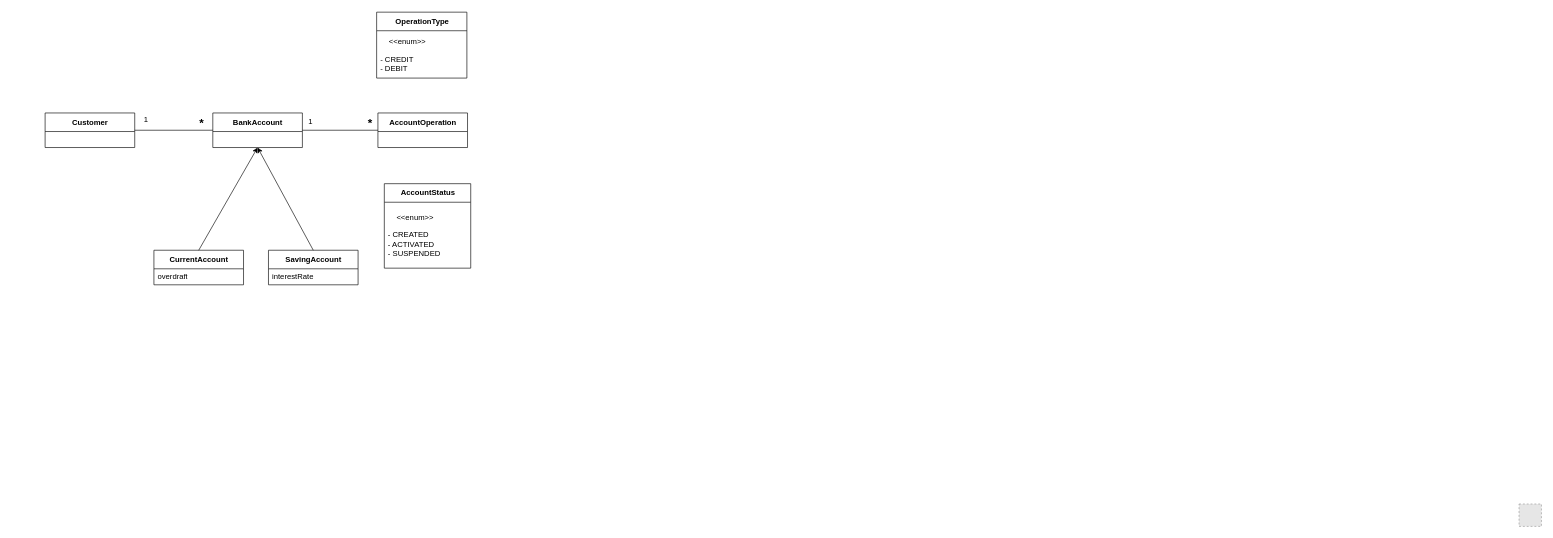
Before: page "Main" (1 of 9) of diagrams.drawio in marcellintabou/ekanking, a draw.io diagram. Source tidied: cells renumbered, new cells numbered last; positions are measured from the earlier drawing's top-left corner, leaving out a move shared by most shapes. Both pictures are drawn from the tidied source at 64%, with x=0, y=0 at pixel (45, 12). Pictures stored in the file or linked from it are replaced by grey dashed boxes.
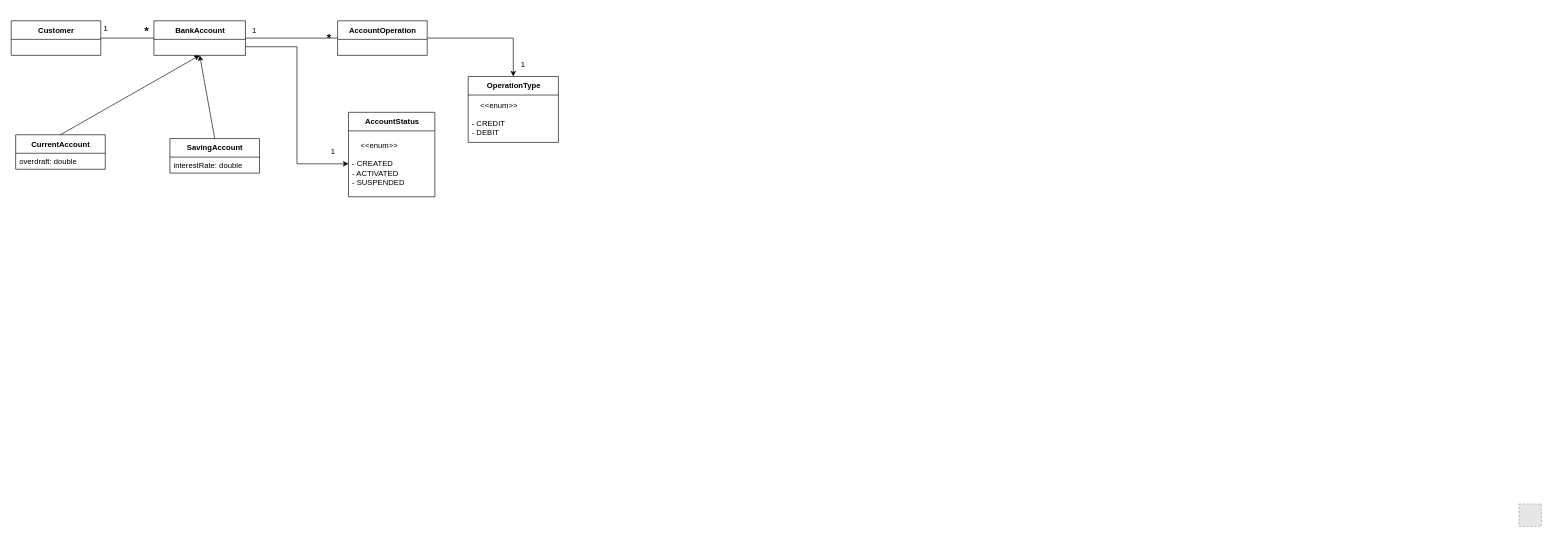
After the change.

Commit message:
update on  class diagram

Unchanged cells that the change refers to:
```xml
<mxCell id="12" value="&amp;nbsp; &amp;nbsp; &amp;lt;&amp;lt;enum&amp;gt;&amp;gt;&lt;br&gt;&lt;br&gt;- CREATED&lt;br&gt;- ACTIVATED&lt;br&gt;- SUSPENDED" style="text;html=1;strokeColor=none;fillColor=none;align=left;verticalAlign=middle;spacingLeft=4;spacingRight=4;overflow=hidden;points=[[0,0.5],[1,0.5]];portConstraint=eastwest;" parent="11" vertex="1">
  <mxGeometry y="29" width="135" height="103" as="geometry" />
</mxCell>
```

The edit, as a diff of the source:
```diff
@@
+    <mxCell id="23" style="edgeStyle=orthogonalEdgeStyle;rounded=0;jettySize=auto;html=1;exitX=1;exitY=0.75;exitDx=0;exitDy=0;entryX=0;entryY=0.5;entryDx=0;entryDy=0;fontSize=18;" parent="1" edge="1" source="4" target="12">
+      <mxGeometry relative="1" as="geometry" />
+    </mxCell>
     <mxCell id="4" value="BankAccount" style="swimlane;fontStyle=1;align=center;verticalAlign=middle;horizontal=1;startSize=29;html=1;" parent="1" vertex="1">
-      <mxGeometry x="262" y="158" width="140" height="54" as="geometry" />
+      <mxGeometry x="170" y="14" width="143" height="54" as="geometry" />
     </mxCell>
     <mxCell id="5" value="CurrentAccount" style="swimlane;fontStyle=1;align=center;verticalAlign=middle;horizontal=1;startSize=29;html=1;" parent="1" vertex="1">
-      <mxGeometry x="170" y="372.5" width="140" height="54" as="geometry" />
+      <mxGeometry x="-46" y="192" width="140" height="54" as="geometry" />
     </mxCell>
-    <mxCell id="6" value="overdraft" style="text;html=1;strokeColor=none;fillColor=none;align=left;verticalAlign=middle;spacingLeft=4;spacingRight=4;overflow=hidden;" parent="5" vertex="1">
+    <mxCell id="6" value="overdraft: double" style="text;html=1;strokeColor=none;fillColor=none;align=left;verticalAlign=middle;spacingLeft=4;spacingRight=4;overflow=hidden;" parent="5" vertex="1">
       <mxGeometry y="29" width="140" height="25" as="geometry" />
     </mxCell>
     <mxCell id="7" value="SavingAccount" style="swimlane;fontStyle=1;align=center;verticalAlign=middle;horizontal=1;startSize=29;html=1;" parent="1" vertex="1">
-      <mxGeometry x="349" y="372.5" width="140" height="54" as="geometry" />
+      <mxGeometry x="195" y="198" width="140" height="54" as="geometry" />
     </mxCell>
-    <mxCell id="8" value="interestRate" style="text;html=1;strokeColor=none;fillColor=none;align=left;verticalAlign=middle;spacingLeft=4;spacingRight=4;overflow=hidden;" parent="7" vertex="1">
+    <mxCell id="8" value="interestRate: double" style="text;html=1;strokeColor=none;fillColor=none;align=left;verticalAlign=middle;spacingLeft=4;spacingRight=4;overflow=hidden;" parent="7" vertex="1">
       <mxGeometry y="29" width="140" height="25" as="geometry" />
     </mxCell>
@@
     <mxCell id="11" value="AccountStatus" style="swimlane;fontStyle=1;align=center;verticalAlign=middle;horizontal=1;startSize=29;html=1;" parent="1" vertex="1">
-      <mxGeometry x="530" y="268.5" width="135" height="132" as="geometry" />
+      <mxGeometry x="474" y="157" width="135" height="132" as="geometry" />
     </mxCell>
@@
+    <mxCell id="24" style="edgeStyle=orthogonalEdgeStyle;rounded=0;jettySize=auto;html=1;exitX=1;exitY=0.5;exitDx=0;exitDy=0;fontSize=18;" parent="1" edge="1" source="13" target="21">
+      <mxGeometry relative="1" as="geometry" />
+    </mxCell>
     <mxCell id="13" value="AccountOperation" style="swimlane;fontStyle=1;align=center;verticalAlign=middle;horizontal=1;startSize=29;html=1;" parent="1" vertex="1">
-      <mxGeometry x="520" y="158" width="140" height="54" as="geometry" />
+      <mxGeometry x="457" y="14" width="140" height="54" as="geometry" />
     </mxCell>
     <mxCell id="14" value="Customer" style="swimlane;fontStyle=1;align=center;verticalAlign=middle;horizontal=1;startSize=29;html=1;" parent="1" vertex="1">
-      <mxGeometry y="158" width="140" height="54" as="geometry" />
+      <mxGeometry x="-53" y="14" width="140" height="54" as="geometry" />
     </mxCell>
@@
     <mxCell id="16" value="1" style="text;html=1;strokeColor=none;fillColor=none;align=center;verticalAlign=middle;whiteSpace=wrap;rounded=0;" parent="1" vertex="1">
-      <mxGeometry x="128" y="153" width="60" height="30" as="geometry" />
+      <mxGeometry x="65" y="11" width="60" height="30" as="geometry" />
     </mxCell>
     <mxCell id="17" value="&lt;h1&gt;&lt;font style=&quot;font-size: 18px&quot;&gt;*&lt;/font&gt;&lt;/h1&gt;" style="text;html=1;strokeColor=none;fillColor=none;align=center;verticalAlign=middle;whiteSpace=wrap;rounded=0;" parent="1" vertex="1">
-      <mxGeometry x="215" y="157" width="60" height="30" as="geometry" />
+      <mxGeometry x="129" y="14" width="60" height="30" as="geometry" />
     </mxCell>
@@
     <mxCell id="19" value="1" style="text;html=1;strokeColor=none;fillColor=none;align=center;verticalAlign=middle;whiteSpace=wrap;rounded=0;" parent="1" vertex="1">
-      <mxGeometry x="385" y="157" width="60" height="30" as="geometry" />
+      <mxGeometry x="297" y="14" width="60" height="30" as="geometry" />
     </mxCell>
     <mxCell id="20" value="&lt;h2&gt;*&lt;/h2&gt;" style="text;html=1;strokeColor=none;fillColor=none;align=center;verticalAlign=middle;whiteSpace=wrap;rounded=0;" parent="1" vertex="1">
-      <mxGeometry x="478" y="159" width="60" height="30" as="geometry" />
+      <mxGeometry x="414" y="26" width="60" height="30" as="geometry" />
     </mxCell>
     <mxCell id="21" value="OperationType" style="swimlane;fontStyle=1;align=center;verticalAlign=middle;horizontal=1;startSize=29;html=1;" parent="1" vertex="1">
-      <mxGeometry x="518" y="0.5" width="141" height="103" as="geometry" />
+      <mxGeometry x="661" y="101" width="141" height="103" as="geometry" />
     </mxCell>
@@
+    <mxCell id="25" value="1" style="text;html=1;strokeColor=none;fillColor=none;align=center;verticalAlign=middle;whiteSpace=wrap;rounded=0;" parent="1" vertex="1">
+      <mxGeometry x="717" y="68" width="60" height="30" as="geometry" />
+    </mxCell>
+    <mxCell id="26" value="1" style="text;html=1;strokeColor=none;fillColor=none;align=center;verticalAlign=middle;whiteSpace=wrap;rounded=0;" parent="1" vertex="1">
+      <mxGeometry x="420" y="204" width="60" height="30" as="geometry" />
+    </mxCell>
```
